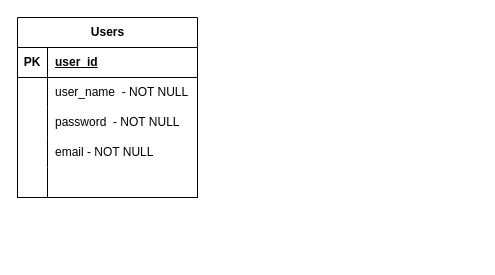
bhargav1997/work-flows keeps this draw.io diagram as ER-Diagram.drawio. Above is the earlier version. Source tidied: cells renumbered, new cells numbered last; positions are measured from the earlier drawing's top-left corner, leaving out a move shared by most shapes. Both pictures are drawn from the tidied source at 100%, with x=0, y=0 at pixel (17, 17).
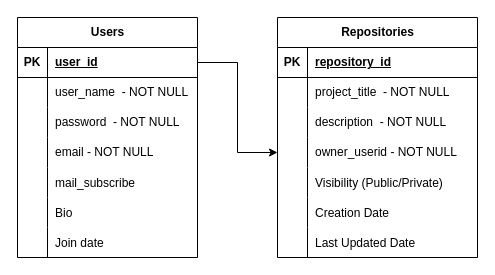
Above is the later version.

Unchanged cells that the change refers to:
```xml
<mxCell id="3" style="shape=tableRow;horizontal=0;startSize=0;swimlaneHead=0;swimlaneBody=0;fillColor=none;points=[[0,0.5],[1,0.5]];portConstraint=eastwest;top=0;left=0;right=0;bottom=1;" parent="2" vertex="1">
  <mxGeometry y="30" width="180" height="30" as="geometry" />
</mxCell>
```

What changed in the source:
```diff
@@
     <mxCell id="2" value="Users" style="shape=table;startSize=30;childLayout=tableLayout;rowLines=0;fontStyle=1;align=center;html=1;" parent="1" vertex="1">
-      <mxGeometry width="180" height="180" as="geometry" />
+      <mxGeometry width="180" height="240" as="geometry" />
     </mxCell>
@@
-    <mxCell id="15" style="shape=tableRow;horizontal=0;startSize=0;swimlaneHead=0;swimlaneBody=0;fillColor=none;top=0;left=0;right=0;bottom=1;" parent="2" vertex="1">
-      <mxGeometry y="150" width="180" height="30" as="geometry" />
-    </mxCell>
-    <mxCell id="16" style="shape=partialRectangle;fillColor=none;top=0;left=0;bottom=0;right=0;fontStyle=1;overflow=hidden;whiteSpace=wrap;html=1;" parent="15" vertex="1">
-      <mxGeometry width="30" height="30" as="geometry" />
-    </mxCell>
-    <mxCell id="17" style="shape=partialRectangle;fillColor=none;top=0;left=0;bottom=0;right=0;align=left;spacingLeft=6;fontStyle=5;overflow=hidden;whiteSpace=wrap;html=1;" parent="15" vertex="1">
-      <mxGeometry x="30" width="150" height="30" as="geometry" />
-    </mxCell>
+    <mxCell id="18" style="shape=tableRow;horizontal=0;startSize=0;swimlaneHead=0;swimlaneBody=0;fillColor=none;top=0;left=0;right=0;bottom=0;" parent="2" vertex="1">
+      <mxGeometry y="150" width="180" height="30" as="geometry" />
+    </mxCell>
+    <mxCell id="19" style="shape=partialRectangle;fillColor=none;top=0;left=0;bottom=0;right=0;overflow=hidden;" parent="18" vertex="1">
+      <mxGeometry width="30" height="30" as="geometry" />
+    </mxCell>
+    <mxCell id="20" value="mail_subscribe" style="shape=partialRectangle;fillColor=none;top=0;left=0;bottom=0;right=0;align=left;spacingLeft=6;overflow=hidden;" parent="18" vertex="1">
+      <mxGeometry x="30" width="150" height="30" as="geometry" />
+    </mxCell>
+    <mxCell id="21" style="shape=tableRow;horizontal=0;startSize=0;swimlaneHead=0;swimlaneBody=0;fillColor=none;top=0;left=0;right=0;bottom=0;" parent="2" vertex="1">
+      <mxGeometry y="180" width="180" height="30" as="geometry" />
+    </mxCell>
+    <mxCell id="22" style="shape=partialRectangle;fillColor=none;top=0;left=0;bottom=0;right=0;overflow=hidden;" parent="21" vertex="1">
+      <mxGeometry width="30" height="30" as="geometry" />
+    </mxCell>
+    <mxCell id="23" value="Bio" style="shape=partialRectangle;fillColor=none;top=0;left=0;bottom=0;right=0;align=left;spacingLeft=6;overflow=hidden;" parent="21" vertex="1">
+      <mxGeometry x="30" width="150" height="30" as="geometry" />
+    </mxCell>
+    <mxCell id="24" style="shape=tableRow;horizontal=0;startSize=0;swimlaneHead=0;swimlaneBody=0;fillColor=none;top=0;left=0;right=0;bottom=0;" parent="2" vertex="1">
+      <mxGeometry y="210" width="180" height="30" as="geometry" />
+    </mxCell>
+    <mxCell id="25" style="shape=partialRectangle;fillColor=none;top=0;left=0;bottom=0;right=0;overflow=hidden;" parent="24" vertex="1">
+      <mxGeometry width="30" height="30" as="geometry" />
+    </mxCell>
+    <mxCell id="26" value="Join date" style="shape=partialRectangle;fillColor=none;top=0;left=0;bottom=0;right=0;align=left;spacingLeft=6;overflow=hidden;" parent="24" vertex="1">
+      <mxGeometry x="30" width="150" height="30" as="geometry" />
+    </mxCell>
+    <mxCell id="27" value="Repositories" style="shape=table;startSize=30;childLayout=tableLayout;rowLines=0;fontStyle=1;align=center;html=1;" parent="1" vertex="1">
+      <mxGeometry x="260" width="200" height="240" as="geometry" />
+    </mxCell>
+    <mxCell id="28" style="shape=tableRow;horizontal=0;startSize=0;swimlaneHead=0;swimlaneBody=0;fillColor=none;top=0;left=0;right=0;bottom=1;" parent="27" vertex="1">
+      <mxGeometry y="30" width="200" height="30" as="geometry" />
+    </mxCell>
+    <mxCell id="29" value="PK" style="shape=partialRectangle;fillColor=none;top=0;left=0;bottom=0;right=0;fontStyle=1;overflow=hidden;whiteSpace=wrap;html=1;" parent="28" vertex="1">
+      <mxGeometry width="30" height="30" as="geometry" />
+    </mxCell>
+    <mxCell id="30" value="repository_id" style="shape=partialRectangle;fillColor=none;top=0;left=0;bottom=0;right=0;align=left;spacingLeft=6;fontStyle=5;overflow=hidden;whiteSpace=wrap;html=1;" parent="28" vertex="1">
+      <mxGeometry x="30" width="170" height="30" as="geometry" />
+    </mxCell>
+    <mxCell id="31" style="shape=tableRow;horizontal=0;startSize=0;swimlaneHead=0;swimlaneBody=0;fillColor=none;top=0;left=0;right=0;bottom=0;" parent="27" vertex="1">
+      <mxGeometry y="60" width="200" height="30" as="geometry" />
+    </mxCell>
+    <mxCell id="32" style="shape=partialRectangle;fillColor=none;top=0;left=0;bottom=0;right=0;overflow=hidden;whiteSpace=wrap;html=1;" parent="31" vertex="1">
+      <mxGeometry width="30" height="30" as="geometry" />
+    </mxCell>
+    <mxCell id="33" value="project_title&amp;nbsp; - NOT NULL" style="shape=partialRectangle;fillColor=none;top=0;left=0;bottom=0;right=0;align=left;spacingLeft=6;overflow=hidden;whiteSpace=wrap;html=1;" parent="31" vertex="1">
+      <mxGeometry x="30" width="170" height="30" as="geometry" />
+    </mxCell>
+    <mxCell id="34" style="shape=tableRow;horizontal=0;startSize=0;swimlaneHead=0;swimlaneBody=0;fillColor=none;top=0;left=0;right=0;bottom=0;" parent="27" vertex="1">
+      <mxGeometry y="90" width="200" height="30" as="geometry" />
+    </mxCell>
+    <mxCell id="35" style="shape=partialRectangle;fillColor=none;top=0;left=0;bottom=0;right=0;overflow=hidden;whiteSpace=wrap;html=1;" parent="34" vertex="1">
+      <mxGeometry width="30" height="30" as="geometry" />
+    </mxCell>
+    <mxCell id="36" value="description&amp;nbsp; - NOT NULL" style="shape=partialRectangle;fillColor=none;top=0;left=0;bottom=0;right=0;align=left;spacingLeft=6;overflow=hidden;whiteSpace=wrap;html=1;" parent="34" vertex="1">
+      <mxGeometry x="30" width="170" height="30" as="geometry" />
+    </mxCell>
+    <mxCell id="37" style="shape=tableRow;horizontal=0;startSize=0;swimlaneHead=0;swimlaneBody=0;fillColor=none;points=[[0,0.5],[1,0.5]];portConstraint=eastwest;top=0;left=0;right=0;bottom=0;" parent="27" vertex="1">
+      <mxGeometry y="120" width="200" height="30" as="geometry" />
+    </mxCell>
+    <mxCell id="38" style="shape=partialRectangle;fillColor=none;top=0;left=0;bottom=0;right=0;overflow=hidden;whiteSpace=wrap;html=1;" parent="37" vertex="1">
+      <mxGeometry width="30" height="30" as="geometry" />
+    </mxCell>
+    <mxCell id="39" value="owner_userid - NOT NULL" style="shape=partialRectangle;fillColor=none;top=0;left=0;bottom=0;right=0;align=left;spacingLeft=6;overflow=hidden;whiteSpace=wrap;html=1;" parent="37" vertex="1">
+      <mxGeometry x="30" width="170" height="30" as="geometry" />
+    </mxCell>
+    <mxCell id="40" style="shape=tableRow;horizontal=0;startSize=0;swimlaneHead=0;swimlaneBody=0;fillColor=none;top=0;left=0;right=0;bottom=0;" parent="27" vertex="1">
+      <mxGeometry y="150" width="200" height="30" as="geometry" />
+    </mxCell>
+    <mxCell id="41" style="shape=partialRectangle;fillColor=none;top=0;left=0;bottom=0;right=0;overflow=hidden;" parent="40" vertex="1">
+      <mxGeometry width="30" height="30" as="geometry" />
+    </mxCell>
+    <mxCell id="42" value="Visibility (Public/Private)" style="shape=partialRectangle;fillColor=none;top=0;left=0;bottom=0;right=0;align=left;spacingLeft=6;overflow=hidden;" parent="40" vertex="1">
+      <mxGeometry x="30" width="170" height="30" as="geometry" />
+    </mxCell>
+    <mxCell id="43" style="shape=tableRow;horizontal=0;startSize=0;swimlaneHead=0;swimlaneBody=0;fillColor=none;top=0;left=0;right=0;bottom=0;" parent="27" vertex="1">
+      <mxGeometry y="180" width="200" height="30" as="geometry" />
+    </mxCell>
+    <mxCell id="44" style="shape=partialRectangle;fillColor=none;top=0;left=0;bottom=0;right=0;overflow=hidden;" parent="43" vertex="1">
+      <mxGeometry width="30" height="30" as="geometry" />
+    </mxCell>
+    <mxCell id="45" value="Creation Date" style="shape=partialRectangle;fillColor=none;top=0;left=0;bottom=0;right=0;align=left;spacingLeft=6;overflow=hidden;" parent="43" vertex="1">
+      <mxGeometry x="30" width="170" height="30" as="geometry" />
+    </mxCell>
+    <mxCell id="46" style="shape=tableRow;horizontal=0;startSize=0;swimlaneHead=0;swimlaneBody=0;fillColor=none;top=0;left=0;right=0;bottom=0;" parent="27" vertex="1">
+      <mxGeometry y="210" width="200" height="30" as="geometry" />
+    </mxCell>
+    <mxCell id="47" style="shape=partialRectangle;fillColor=none;top=0;left=0;bottom=0;right=0;overflow=hidden;" parent="46" vertex="1">
+      <mxGeometry width="30" height="30" as="geometry" />
+    </mxCell>
+    <mxCell id="48" value="Last Updated Date" style="shape=partialRectangle;fillColor=none;top=0;left=0;bottom=0;right=0;align=left;spacingLeft=6;overflow=hidden;" parent="46" vertex="1">
+      <mxGeometry x="30" width="170" height="30" as="geometry" />
+    </mxCell>
+    <mxCell id="49" style="edgeStyle=orthogonalEdgeStyle;rounded=0;jettySize=auto;html=1;exitX=1;exitY=0.5;exitDx=0;exitDy=0;entryX=0;entryY=0.5;entryDx=0;entryDy=0;" parent="1" edge="1" source="3" target="37">
+      <mxGeometry relative="1" as="geometry" />
+    </mxCell>
```
